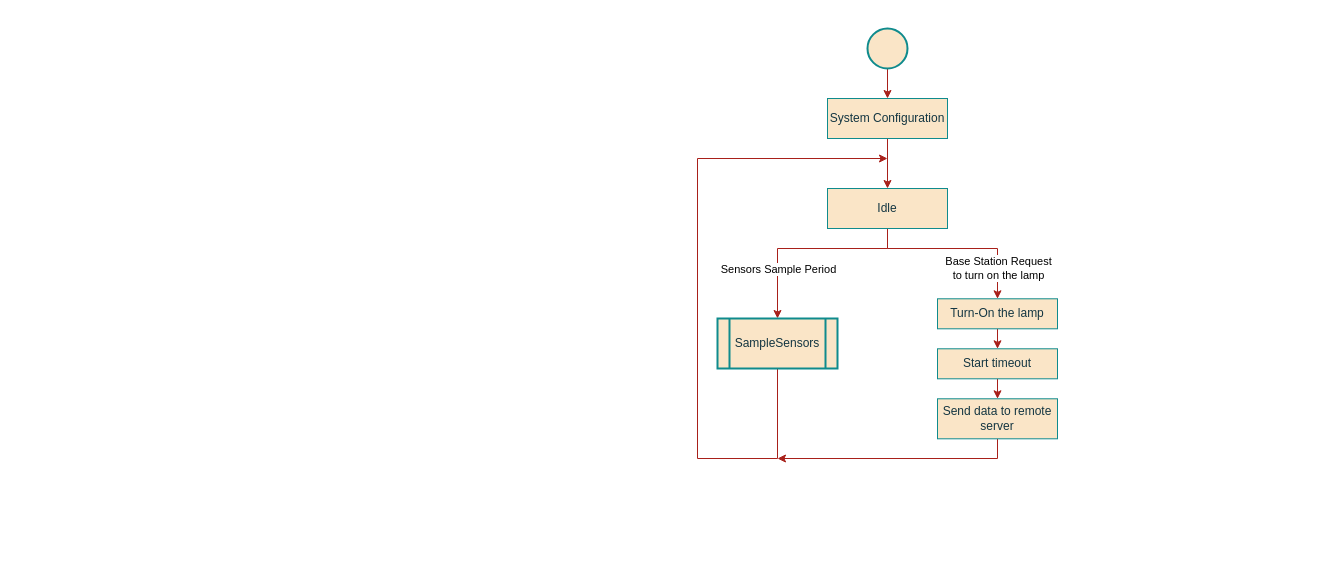
Above: page "LS_StateChart" (2 of 11) of project/report/flowcharts/LocalSystem.drawio in ESRGgroup9/slipad (draw.io), before the change. Source tidied: cells renumbered, new cells numbered last; positions are measured from the earlier drawing's top-left corner, leaving out a move shared by most shapes. Both pictures are drawn from the tidied source at 100%, with x=0, y=0 at pixel (697, 28).
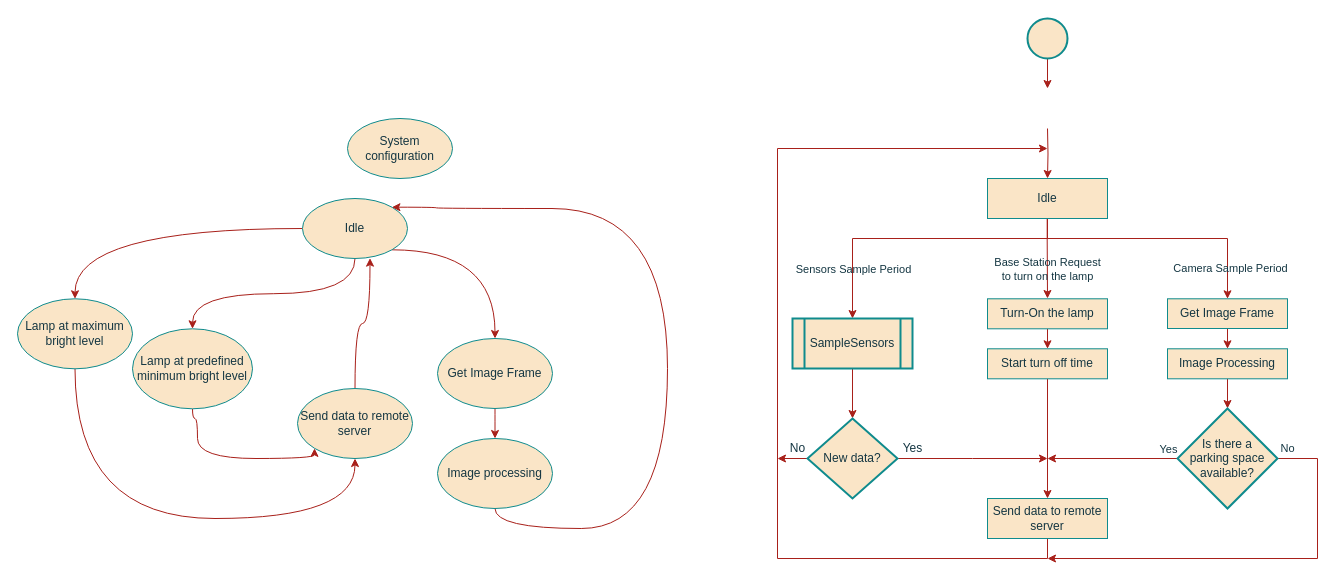
The same diagram, later.

The edit, as a diff of the source:
```diff
@@
-    <mxCell id="0" />
-    <mxCell id="1" parent="0" />
-    <mxCell id="2" style="edgeStyle=orthogonalEdgeStyle;rounded=0;jettySize=auto;html=1;exitX=0.5;exitY=1;exitDx=0;exitDy=0;entryX=0.5;entryY=0;entryDx=0;entryDy=0;endArrow=classic;endFill=1;labelBackgroundColor=#DAD2D8;strokeColor=#A8201A;fontColor=#143642;" parent="1" edge="1" source="3" target="10">
-      <mxGeometry relative="1" as="geometry" />
-    </mxCell>
-    <mxCell id="3" style="ellipse;whiteSpace=wrap;html=1;fillColor=#FAE5C7;strokeColor=#0F8B8D;fontColor=#143642;strokeWidth=2;" parent="1" vertex="1">
-      <mxGeometry x="170" width="40" height="40" as="geometry" />
-    </mxCell>
-    <mxCell id="4" style="edgeStyle=orthogonalEdgeStyle;rounded=0;jettySize=auto;html=1;exitX=0.5;exitY=1;exitDx=0;exitDy=0;endArrow=classic;endFill=1;entryX=0.5;entryY=0;entryDx=0;entryDy=0;labelBackgroundColor=#DAD2D8;strokeColor=#A8201A;fontColor=#143642;" parent="1" edge="1" source="10" target="9">
-      <mxGeometry relative="1" as="geometry" />
-    </mxCell>
+    <mxCell id="19" />
+    <mxCell id="20" parent="19" />
+    <mxCell id="21" style="edgeStyle=orthogonalEdgeStyle;rounded=0;jettySize=auto;html=1;exitX=0.5;exitY=1;exitDx=0;exitDy=0;entryX=0.5;entryY=0;entryDx=0;entryDy=0;endArrow=classic;endFill=1;strokeColor=#A8201A;fontColor=#143642;labelBackgroundColor=#DAD2D8;" parent="20" edge="1" source="22">
+      <mxGeometry relative="1" as="geometry">
+        <mxPoint x="350" y="60" as="targetPoint" />
+      </mxGeometry>
+    </mxCell>
+    <mxCell id="22" style="ellipse;whiteSpace=wrap;html=1;fillColor=#FAE5C7;strokeColor=#0F8B8D;fontColor=#143642;strokeWidth=2;" parent="20" vertex="1">
+      <mxGeometry x="330" y="-10" width="40" height="40" as="geometry" />
+    </mxCell>
+    <mxCell id="23" style="edgeStyle=orthogonalEdgeStyle;rounded=0;jettySize=auto;html=1;exitX=0.5;exitY=1;exitDx=0;exitDy=0;endArrow=classic;endFill=1;entryX=0.5;entryY=0;entryDx=0;entryDy=0;strokeColor=#A8201A;fontColor=#143642;labelBackgroundColor=#DAD2D8;" parent="20" edge="1" target="9">
+      <mxGeometry relative="1" as="geometry">
+        <mxPoint x="350" y="100" as="sourcePoint" />
+      </mxGeometry>
+    </mxCell>
-    <mxCell id="5" style="edgeStyle=orthogonalEdgeStyle;rounded=0;jettySize=auto;html=1;exitX=0.5;exitY=1;exitDx=0;exitDy=0;entryX=0.5;entryY=0;entryDx=0;entryDy=0;endArrow=classic;endFill=1;labelBackgroundColor=#DAD2D8;strokeColor=#A8201A;fontColor=#143642;" parent="1" edge="1" source="9" target="12">
+    <mxCell id="5" style="edgeStyle=orthogonalEdgeStyle;rounded=0;jettySize=auto;html=1;exitX=0.5;exitY=1;exitDx=0;exitDy=0;entryX=0.5;entryY=0;entryDx=0;entryDy=0;endArrow=classic;endFill=1;strokeColor=#A8201A;fontColor=#143642;labelBackgroundColor=#DAD2D8;" parent="20" edge="1" source="9" target="12">
       <mxGeometry relative="1" as="geometry">
         <Array as="points">
-          <mxPoint x="190" y="220" />
-          <mxPoint x="80" y="220" />
+          <mxPoint x="350" y="210" />
+          <mxPoint x="155" y="210" />
         </Array>
       </mxGeometry>
     </mxCell>
-    <mxCell id="6" value="Sensors Sample Period" style="edgeLabel;html=1;align=center;verticalAlign=middle;labelBackgroundColor=default;fontColor=#000000;" parent="5" vertex="1">
+    <mxCell id="6" value="Sensors Sample Period" style="edgeLabel;html=1;align=center;verticalAlign=middle;fontColor=#143642;labelBackgroundColor=none;" parent="5" vertex="1">
       <mxGeometry x="0.32" relative="1" as="geometry">
-        <mxPoint y="18" as="offset" />
+        <mxPoint x="-20" y="30" as="offset" />
       </mxGeometry>
     </mxCell>
-    <mxCell id="7" style="edgeStyle=orthogonalEdgeStyle;rounded=0;jettySize=auto;html=1;exitX=0.5;exitY=1;exitDx=0;exitDy=0;endArrow=classic;endFill=1;labelBackgroundColor=#DAD2D8;strokeColor=#A8201A;fontColor=#143642;entryX=0.5;entryY=0;entryDx=0;entryDy=0;" parent="1" edge="1" source="9" target="14">
-      <mxGeometry relative="1" as="geometry">
-        <Array as="points">
-          <mxPoint x="190" y="220" />
-          <mxPoint x="300" y="220" />
-        </Array>
-      </mxGeometry>
-    </mxCell>
+    <mxCell id="24" style="edgeStyle=orthogonalEdgeStyle;rounded=0;orthogonalLoop=1;jettySize=auto;html=1;exitX=0.5;exitY=1;exitDx=0;exitDy=0;endArrow=classic;endFill=1;strokeColor=#A8201A;fontColor=#143642;labelBackgroundColor=#DAD2D8;" parent="20" edge="1">
+      <mxGeometry relative="1" as="geometry">
+        <mxPoint x="349.7" y="170" as="sourcePoint" />
+        <mxPoint x="350" y="270" as="targetPoint" />
+        <Array as="points">
+          <mxPoint x="350" y="210" />
+          <mxPoint x="350" y="210" />
+        </Array>
+      </mxGeometry>
+    </mxCell>
-    <mxCell id="8" value="&lt;div&gt;Base Station Request&lt;/div&gt;&lt;div&gt;to turn on the lamp&lt;/div&gt;" style="edgeLabel;html=1;align=center;verticalAlign=middle;" parent="7" vertex="1">
+    <mxCell id="8" value="&lt;div&gt;Base Station Request&lt;/div&gt;&lt;div&gt;to turn on the lamp&lt;/div&gt;" style="edgeLabel;html=1;align=center;verticalAlign=middle;labelBackgroundColor=none;fontColor=#143642;" parent="24" vertex="1">
       <mxGeometry x="0.69" y="-1" relative="1" as="geometry">
-        <mxPoint x="1" y="-3" as="offset" />
+        <mxPoint x="1" y="-15" as="offset" />
       </mxGeometry>
     </mxCell>
+    <mxCell id="25" style="edgeStyle=orthogonalEdgeStyle;rounded=0;sketch=0;jettySize=auto;html=1;exitX=0.5;exitY=1;exitDx=0;exitDy=0;entryX=0.5;entryY=0;entryDx=0;entryDy=0;fontColor=#143642;strokeColor=#A8201A;fillColor=#FAE5C7;labelBackgroundColor=#DAD2D8;" parent="20" edge="1" source="9" target="33">
+      <mxGeometry relative="1" as="geometry">
+        <Array as="points">
+          <mxPoint x="350" y="210" />
+          <mxPoint x="530" y="210" />
+        </Array>
+      </mxGeometry>
+    </mxCell>
-    <mxCell id="9" value="Idle" style="rounded=0;whiteSpace=wrap;html=1;fillColor=#FAE5C7;strokeColor=#0F8B8D;fontColor=#143642;" parent="1" vertex="1">
-      <mxGeometry x="130" y="160" width="120" height="40" as="geometry" />
+    <mxCell id="9" value="Idle" style="rounded=0;whiteSpace=wrap;html=1;fillColor=#FAE5C7;strokeColor=#0F8B8D;fontColor=#143642;" parent="20" vertex="1">
+      <mxGeometry x="290" y="150" width="120" height="40" as="geometry" />
     </mxCell>
-    <mxCell id="10" value="System Configuration" style="rounded=0;whiteSpace=wrap;html=1;fillColor=#FAE5C7;strokeColor=#0F8B8D;fontColor=#143642;" parent="1" vertex="1">
-      <mxGeometry x="130" y="70" width="120" height="40" as="geometry" />
-    </mxCell>
-    <mxCell id="11" style="edgeStyle=orthogonalEdgeStyle;rounded=0;jettySize=auto;html=1;exitX=0.5;exitY=1;exitDx=0;exitDy=0;endArrow=classic;endFill=1;strokeColor=#A8201A;" parent="1" edge="1" source="12">
-      <mxGeometry relative="1" as="geometry">
-        <mxPoint x="190" y="130" as="targetPoint" />
-        <Array as="points">
-          <mxPoint x="80" y="430" />
-          <mxPoint y="430" />
-          <mxPoint y="130" />
-        </Array>
-      </mxGeometry>
-    </mxCell>
+    <mxCell id="26" style="edgeStyle=orthogonalEdgeStyle;rounded=0;jettySize=auto;html=1;exitX=0.5;exitY=1;exitDx=0;exitDy=0;entryX=0.5;entryY=0;entryDx=0;entryDy=0;strokeColor=#A8201A;labelBackgroundColor=#DAD2D8;fontColor=#143642;" parent="20" edge="1" source="12" target="42">
+      <mxGeometry relative="1" as="geometry" />
+    </mxCell>
-    <mxCell id="12" value="SampleSensors" style="shape=process;whiteSpace=wrap;html=1;backgroundOutline=1;fontColor=#143642;strokeColor=#0F8B8D;strokeWidth=2;fillColor=#FAE5C7;" parent="1" vertex="1">
-      <mxGeometry x="20" y="290" width="120" height="50" as="geometry" />
+    <mxCell id="12" value="SampleSensors" style="shape=process;whiteSpace=wrap;html=1;backgroundOutline=1;fontColor=#143642;strokeColor=#0F8B8D;strokeWidth=2;fillColor=#FAE5C7;" parent="20" vertex="1">
+      <mxGeometry x="95" y="290" width="120" height="50" as="geometry" />
     </mxCell>
-    <mxCell id="13" style="edgeStyle=orthogonalEdgeStyle;curved=0;rounded=1;sketch=0;jettySize=auto;html=1;exitX=0.5;exitY=1;exitDx=0;exitDy=0;entryX=0.5;entryY=0;entryDx=0;entryDy=0;fontColor=#143642;strokeColor=#A8201A;fillColor=#FAE5C7;" parent="1" edge="1" source="14" target="16">
-      <mxGeometry relative="1" as="geometry" />
-    </mxCell>
+    <mxCell id="27" style="edgeStyle=orthogonalEdgeStyle;curved=0;rounded=1;sketch=0;jettySize=auto;html=1;exitX=0.5;exitY=1;exitDx=0;exitDy=0;entryX=0.5;entryY=0;entryDx=0;entryDy=0;fontColor=#143642;strokeColor=#A8201A;fillColor=#FAE5C7;labelBackgroundColor=#DAD2D8;" parent="20" edge="1" source="14" target="29">
+      <mxGeometry relative="1" as="geometry" />
+    </mxCell>
-    <mxCell id="14" value="&lt;div&gt;Turn-On the lamp&lt;/div&gt;" style="rounded=0;whiteSpace=wrap;html=1;fillColor=#FAE5C7;strokeColor=#0F8B8D;fontColor=#143642;" parent="1" vertex="1">
-      <mxGeometry x="240" y="270.3" width="120" height="30" as="geometry" />
+    <mxCell id="14" value="&lt;div&gt;Turn-On the lamp&lt;/div&gt;" style="rounded=0;whiteSpace=wrap;html=1;fillColor=#FAE5C7;strokeColor=#0F8B8D;fontColor=#143642;" parent="20" vertex="1">
+      <mxGeometry x="290" y="270.3" width="120" height="30" as="geometry" />
     </mxCell>
-    <mxCell id="15" style="edgeStyle=orthogonalEdgeStyle;curved=0;rounded=1;sketch=0;jettySize=auto;html=1;fontColor=#143642;strokeColor=#A8201A;fillColor=#FAE5C7;" parent="1" edge="1" source="16" target="18">
-      <mxGeometry relative="1" as="geometry" />
-    </mxCell>
-    <mxCell id="16" value="Start timeout" style="rounded=0;whiteSpace=wrap;html=1;fillColor=#FAE5C7;strokeColor=#0F8B8D;fontColor=#143642;" parent="1" vertex="1">
-      <mxGeometry x="240" y="320.3" width="120" height="30" as="geometry" />
-    </mxCell>
-    <mxCell id="17" style="rounded=0;sketch=0;jettySize=auto;html=1;exitX=0.5;exitY=1;exitDx=0;exitDy=0;fontColor=#143642;strokeColor=#A8201A;fillColor=#FAE5C7;edgeStyle=orthogonalEdgeStyle;" parent="1" edge="1" source="18">
-      <mxGeometry relative="1" as="geometry">
-        <mxPoint x="80" y="430" as="targetPoint" />
-        <Array as="points">
-          <mxPoint x="300" y="430" />
-        </Array>
-      </mxGeometry>
-    </mxCell>
+    <mxCell id="28" style="edgeStyle=orthogonalEdgeStyle;curved=0;rounded=1;sketch=0;jettySize=auto;html=1;fontColor=#143642;strokeColor=#A8201A;fillColor=#FAE5C7;labelBackgroundColor=#DAD2D8;" parent="20" edge="1" source="29" target="18">
+      <mxGeometry relative="1" as="geometry" />
+    </mxCell>
+    <mxCell id="29" value="Start turn off time" style="rounded=0;whiteSpace=wrap;html=1;fillColor=#FAE5C7;strokeColor=#0F8B8D;fontColor=#143642;" parent="20" vertex="1">
+      <mxGeometry x="290" y="320.3" width="120" height="30" as="geometry" />
+    </mxCell>
+    <mxCell id="30" style="rounded=0;sketch=0;jettySize=auto;html=1;exitX=0.5;exitY=1;exitDx=0;exitDy=0;fontColor=#143642;strokeColor=#A8201A;fillColor=#FAE5C7;edgeStyle=orthogonalEdgeStyle;labelBackgroundColor=#DAD2D8;" parent="20" edge="1" source="18">
+      <mxGeometry relative="1" as="geometry">
+        <mxPoint x="350" y="120" as="targetPoint" />
+        <Array as="points">
+          <mxPoint x="350" y="530" />
+          <mxPoint x="80" y="530" />
+        </Array>
+      </mxGeometry>
+    </mxCell>
-    <mxCell id="18" value="Send data to remote server" style="rounded=0;whiteSpace=wrap;html=1;fillColor=#FAE5C7;strokeColor=#0F8B8D;fontColor=#143642;" parent="1" vertex="1">
-      <mxGeometry x="240" y="370.3" width="120" height="40" as="geometry" />
+    <mxCell id="18" value="Send data to remote server" style="rounded=0;whiteSpace=wrap;html=1;fillColor=#FAE5C7;strokeColor=#0F8B8D;fontColor=#143642;" parent="20" vertex="1">
+      <mxGeometry x="290" y="470" width="120" height="40" as="geometry" />
     </mxCell>
+    <mxCell id="31" value="Camera Sample Period" style="edgeLabel;align=center;verticalAlign=middle;fontColor=#143642;labelBorderColor=none;html=1;labelBackgroundColor=none;" parent="20" vertex="1">
+      <mxGeometry x="523" y="240" as="geometry">
+        <mxPoint x="9" y="-1" as="offset" />
+      </mxGeometry>
+    </mxCell>
+    <mxCell id="32" style="edgeStyle=orthogonalEdgeStyle;rounded=0;jettySize=auto;html=1;exitX=0.5;exitY=1;exitDx=0;exitDy=0;entryX=0.5;entryY=0;entryDx=0;entryDy=0;endArrow=classic;endFill=1;strokeColor=#A8201A;fontColor=#143642;labelBackgroundColor=#DAD2D8;" parent="20" edge="1" source="33" target="35">
+      <mxGeometry relative="1" as="geometry" />
+    </mxCell>
+    <mxCell id="33" value="Get Image Frame" style="rounded=0;whiteSpace=wrap;html=1;fillColor=#FAE5C7;strokeColor=#0F8B8D;fontColor=#143642;" parent="20" vertex="1">
+      <mxGeometry x="470" y="270.3" width="120" height="29.7" as="geometry" />
+    </mxCell>
+    <mxCell id="34" style="edgeStyle=orthogonalEdgeStyle;rounded=0;jettySize=auto;html=1;exitX=0.5;exitY=1;exitDx=0;exitDy=0;entryX=0.5;entryY=0;entryDx=0;entryDy=0;endArrow=classic;endFill=1;strokeColor=#A8201A;fontColor=#143642;labelBackgroundColor=#DAD2D8;" parent="20" edge="1" source="35" target="39">
+      <mxGeometry relative="1" as="geometry" />
+    </mxCell>
+    <mxCell id="35" value="Image Processing" style="rounded=0;whiteSpace=wrap;html=1;fillColor=#FAE5C7;strokeColor=#0F8B8D;fontColor=#143642;" parent="20" vertex="1">
+      <mxGeometry x="470" y="320.3" width="120" height="30" as="geometry" />
+    </mxCell>
+    <mxCell id="36" style="edgeStyle=orthogonalEdgeStyle;rounded=0;sketch=0;jettySize=auto;html=1;exitX=0;exitY=0.5;exitDx=0;exitDy=0;fontColor=#143642;strokeColor=#A8201A;fillColor=#FAE5C7;labelBackgroundColor=#DAD2D8;" parent="20" edge="1" source="39">
+      <mxGeometry relative="1" as="geometry">
+        <mxPoint x="350" y="430" as="targetPoint" />
+      </mxGeometry>
+    </mxCell>
+    <mxCell id="37" value="Yes" style="edgeLabel;html=1;align=center;verticalAlign=middle;fontColor=#143642;labelBackgroundColor=none;" parent="36" vertex="1">
+      <mxGeometry x="-0.75" relative="1" as="geometry">
+        <mxPoint x="6" y="-10" as="offset" />
+      </mxGeometry>
+    </mxCell>
+    <mxCell id="38" value="No" style="edgeStyle=orthogonalEdgeStyle;rounded=0;sketch=0;jettySize=auto;html=1;exitX=1;exitY=0.5;exitDx=0;exitDy=0;fontColor=#143642;strokeColor=#A8201A;fillColor=#FAE5C7;labelBackgroundColor=none;" parent="20" edge="1" source="39">
+      <mxGeometry x="-0.95" y="10" relative="1" as="geometry">
+        <mxPoint x="350" y="530" as="targetPoint" />
+        <Array as="points">
+          <mxPoint x="620" y="430" />
+          <mxPoint x="620" y="530" />
+        </Array>
+      </mxGeometry>
+    </mxCell>
+    <mxCell id="39" value="&lt;div&gt;Is there a &lt;br&gt;&lt;/div&gt;&lt;div&gt;parking space available?&lt;/div&gt;" style="rhombus;whiteSpace=wrap;html=1;fillColor=#FAE5C7;strokeColor=#0F8B8D;fontColor=#143642;strokeWidth=2;" parent="20" vertex="1">
+      <mxGeometry x="480" y="380" width="100" height="100" as="geometry" />
+    </mxCell>
+    <mxCell id="40" style="edgeStyle=orthogonalEdgeStyle;rounded=0;jettySize=auto;html=1;exitX=1;exitY=0.5;exitDx=0;exitDy=0;strokeColor=#A8201A;labelBackgroundColor=#DAD2D8;fontColor=#143642;" parent="20" edge="1" source="42">
+      <mxGeometry relative="1" as="geometry">
+        <mxPoint x="350" y="430" as="targetPoint" />
+      </mxGeometry>
+    </mxCell>
+    <mxCell id="41" style="edgeStyle=orthogonalEdgeStyle;rounded=0;jettySize=auto;html=1;exitX=0;exitY=0.5;exitDx=0;exitDy=0;strokeColor=#A8201A;labelBackgroundColor=#DAD2D8;fontColor=#143642;" parent="20" edge="1" source="42">
+      <mxGeometry relative="1" as="geometry">
+        <mxPoint x="80" y="429.9" as="targetPoint" />
+      </mxGeometry>
+    </mxCell>
+    <mxCell id="42" value="New data?" style="rhombus;whiteSpace=wrap;html=1;fillColor=#FAE5C7;strokeColor=#0F8B8D;fontColor=#143642;strokeWidth=2;" parent="20" vertex="1">
+      <mxGeometry x="110" y="390" width="90" height="80" as="geometry" />
+    </mxCell>
+    <mxCell id="43" value="Yes" style="text;html=1;align=center;verticalAlign=middle;strokeColor=none;fillColor=none;fontColor=#143642;" parent="20" vertex="1">
+      <mxGeometry x="195" y="410" width="40" height="20" as="geometry" />
+    </mxCell>
+    <mxCell id="44" value="No" style="text;html=1;align=center;verticalAlign=middle;strokeColor=none;fillColor=none;fontColor=#143642;" parent="20" vertex="1">
+      <mxGeometry x="85" y="410" width="30" height="20" as="geometry" />
+    </mxCell>
+    <mxCell id="45" value="System configuration" style="ellipse;whiteSpace=wrap;html=1;fillColor=#FAE5C7;strokeColor=#0F8B8D;fontColor=#143642;" parent="20" vertex="1">
+      <mxGeometry x="-350" y="90" width="105" height="60" as="geometry" />
+    </mxCell>
+    <mxCell id="46" style="edgeStyle=orthogonalEdgeStyle;curved=1;sketch=0;jettySize=auto;html=1;exitX=0;exitY=0.5;exitDx=0;exitDy=0;entryX=0.5;entryY=0;entryDx=0;entryDy=0;labelBackgroundColor=none;fontColor=#143642;strokeColor=#A8201A;fillColor=#FAE5C7;" parent="20" edge="1" source="49" target="51">
+      <mxGeometry relative="1" as="geometry" />
+    </mxCell>
+    <mxCell id="47" style="edgeStyle=orthogonalEdgeStyle;curved=1;sketch=0;jettySize=auto;html=1;exitX=0.5;exitY=1;exitDx=0;exitDy=0;labelBackgroundColor=none;fontColor=#143642;strokeColor=#A8201A;fillColor=#FAE5C7;" parent="20" edge="1" source="49" target="53">
+      <mxGeometry relative="1" as="geometry" />
+    </mxCell>
+    <mxCell id="48" style="edgeStyle=orthogonalEdgeStyle;curved=1;sketch=0;jettySize=auto;html=1;exitX=1;exitY=1;exitDx=0;exitDy=0;entryX=0.5;entryY=0;entryDx=0;entryDy=0;labelBackgroundColor=none;fontColor=#143642;strokeColor=#A8201A;fillColor=#FAE5C7;" parent="20" edge="1" source="49" target="55">
+      <mxGeometry relative="1" as="geometry" />
+    </mxCell>
+    <mxCell id="49" value="Idle" style="ellipse;whiteSpace=wrap;html=1;fillColor=#FAE5C7;strokeColor=#0F8B8D;fontColor=#143642;" parent="20" vertex="1">
+      <mxGeometry x="-395" y="170" width="105" height="60" as="geometry" />
+    </mxCell>
+    <mxCell id="50" style="edgeStyle=orthogonalEdgeStyle;curved=1;sketch=0;jettySize=auto;html=1;exitX=0.5;exitY=1;exitDx=0;exitDy=0;entryX=0.5;entryY=1;entryDx=0;entryDy=0;labelBackgroundColor=none;fontColor=#143642;strokeColor=#A8201A;fillColor=#FAE5C7;" parent="20" edge="1" source="51" target="59">
+      <mxGeometry relative="1" as="geometry">
+        <Array as="points">
+          <mxPoint x="-622" y="490" />
+          <mxPoint x="-342" y="490" />
+        </Array>
+      </mxGeometry>
+    </mxCell>
+    <mxCell id="51" value="Lamp at maximum bright level" style="ellipse;whiteSpace=wrap;html=1;fillColor=#FAE5C7;strokeColor=#0F8B8D;fontColor=#143642;" parent="20" vertex="1">
+      <mxGeometry x="-680" y="270.3" width="115" height="70" as="geometry" />
+    </mxCell>
+    <mxCell id="52" style="edgeStyle=orthogonalEdgeStyle;curved=1;sketch=0;jettySize=auto;html=1;exitX=0.5;exitY=1;exitDx=0;exitDy=0;labelBackgroundColor=none;fontColor=#143642;strokeColor=#A8201A;fillColor=#FAE5C7;entryX=0;entryY=1;entryDx=0;entryDy=0;" parent="20" edge="1" source="53" target="59">
+      <mxGeometry relative="1" as="geometry">
+        <Array as="points">
+          <mxPoint x="-505" y="390" />
+          <mxPoint x="-500" y="390" />
+          <mxPoint x="-500" y="430" />
+          <mxPoint x="-383" y="430" />
+        </Array>
+      </mxGeometry>
+    </mxCell>
+    <mxCell id="53" value="Lamp at predefined minimum bright level" style="ellipse;whiteSpace=wrap;html=1;fillColor=#FAE5C7;strokeColor=#0F8B8D;fontColor=#143642;" parent="20" vertex="1">
+      <mxGeometry x="-565" y="300.3" width="120" height="80" as="geometry" />
+    </mxCell>
+    <mxCell id="54" style="edgeStyle=orthogonalEdgeStyle;curved=1;sketch=0;jettySize=auto;html=1;exitX=0.5;exitY=1;exitDx=0;exitDy=0;entryX=0.5;entryY=0;entryDx=0;entryDy=0;labelBackgroundColor=none;fontColor=#143642;strokeColor=#A8201A;fillColor=#FAE5C7;" parent="20" edge="1" source="55" target="57">
+      <mxGeometry relative="1" as="geometry" />
+    </mxCell>
+    <mxCell id="55" value="Get Image Frame" style="ellipse;whiteSpace=wrap;html=1;fillColor=#FAE5C7;strokeColor=#0F8B8D;fontColor=#143642;" parent="20" vertex="1">
+      <mxGeometry x="-260" y="310" width="115" height="70" as="geometry" />
+    </mxCell>
+    <mxCell id="56" style="edgeStyle=orthogonalEdgeStyle;curved=1;sketch=0;jettySize=auto;html=1;exitX=0.5;exitY=1;exitDx=0;exitDy=0;entryX=1;entryY=0;entryDx=0;entryDy=0;labelBackgroundColor=none;fontColor=#143642;strokeColor=#A8201A;fillColor=#FAE5C7;" parent="20" edge="1" source="57" target="49">
+      <mxGeometry relative="1" as="geometry">
+        <Array as="points">
+          <mxPoint x="-202" y="500" />
+          <mxPoint x="-30" y="500" />
+          <mxPoint x="-30" y="180" />
+          <mxPoint x="-261" y="180" />
+        </Array>
+      </mxGeometry>
+    </mxCell>
+    <mxCell id="57" value="Image processing" style="ellipse;whiteSpace=wrap;html=1;fillColor=#FAE5C7;strokeColor=#0F8B8D;fontColor=#143642;" parent="20" vertex="1">
+      <mxGeometry x="-260" y="410" width="115" height="70" as="geometry" />
+    </mxCell>
+    <mxCell id="58" style="edgeStyle=orthogonalEdgeStyle;curved=1;sketch=0;jettySize=auto;html=1;exitX=0.5;exitY=0;exitDx=0;exitDy=0;entryX=0.643;entryY=0.994;entryDx=0;entryDy=0;entryPerimeter=0;labelBackgroundColor=none;fontColor=#143642;strokeColor=#A8201A;fillColor=#FAE5C7;" parent="20" edge="1" source="59" target="49">
+      <mxGeometry relative="1" as="geometry" />
+    </mxCell>
+    <mxCell id="59" value="Send data to remote server" style="ellipse;whiteSpace=wrap;html=1;fillColor=#FAE5C7;strokeColor=#0F8B8D;fontColor=#143642;" parent="20" vertex="1">
+      <mxGeometry x="-400" y="360" width="115" height="70" as="geometry" />
+    </mxCell>
```
